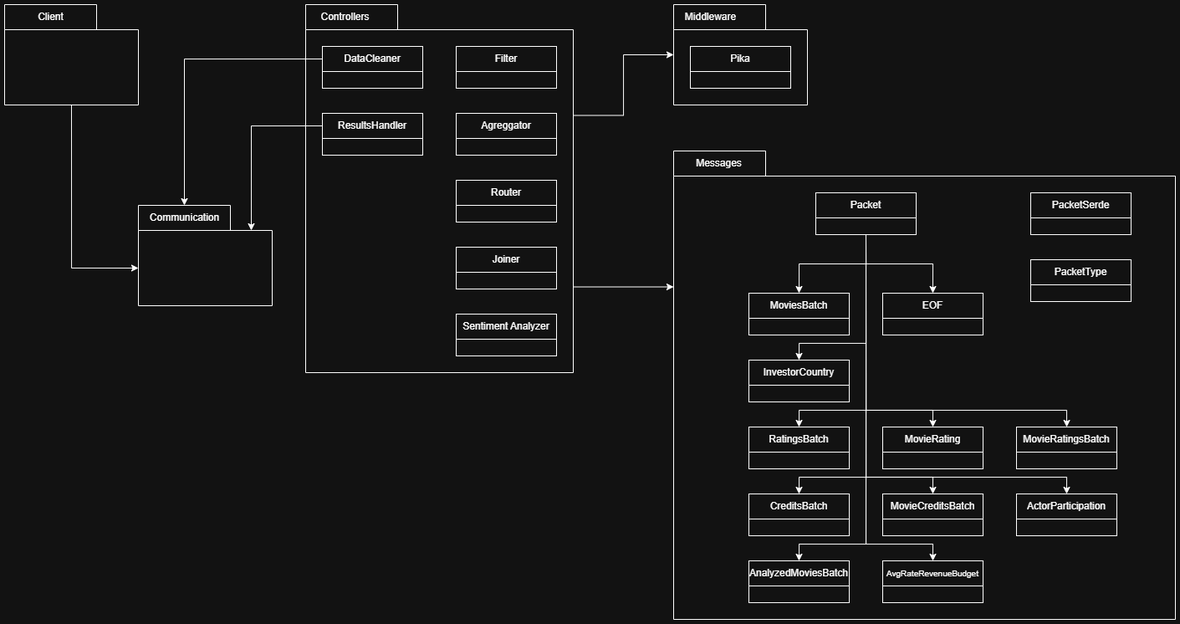
Earlier version of the draw.io export diagramas/paquetes/diagrama_paquetes.png (AlanBotoshansky/distribuidos-tp-grupo2). Source tidied: cells renumbered, new cells last; positions are measured from the earlier drawing's top-left corner, leaving out a move shared by most shapes.
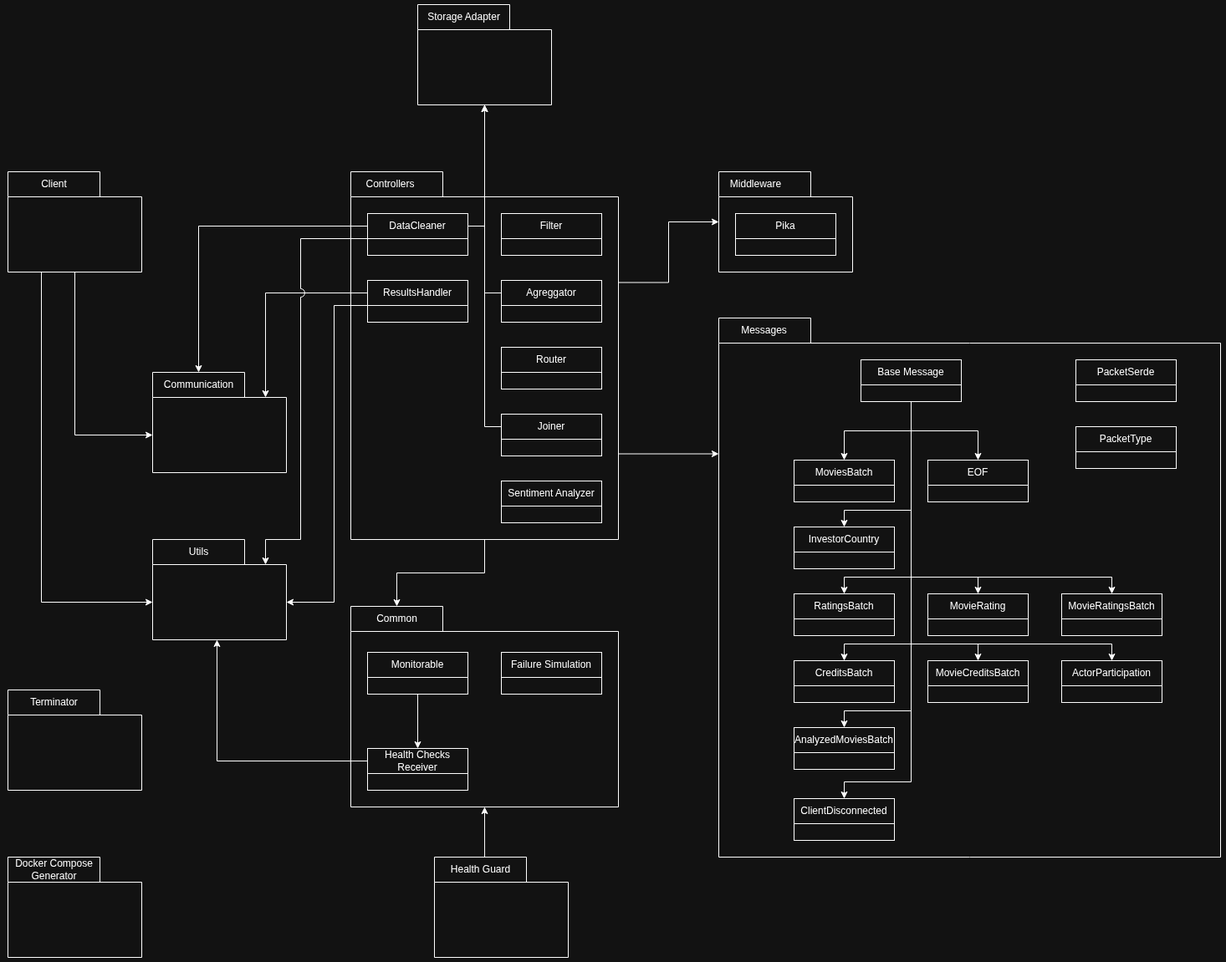
Above is the later version.

Commit message:
Update diagrama paquetes

The edit, as a diff of the source:
```diff
@@ -3,13 +3,13 @@
     <mxCell id="0" />
     <mxCell id="1" parent="0" />
     <mxCell id="2" style="group;" parent="1" vertex="1">
-      <mxGeometry x="800" y="175" width="600" height="560" as="geometry" />
+      <mxGeometry x="800" y="175" width="600" height="645" as="geometry" />
     </mxCell>
     <mxCell id="3" style="group;" parent="2" vertex="1">
-      <mxGeometry width="600" height="560" as="geometry" />
+      <mxGeometry width="600" height="645" as="geometry" />
     </mxCell>
     <mxCell id="4" style="shape=folder;fontStyle=1;spacingTop=10;tabWidth=110;tabHeight=30;tabPosition=left;html=1;whiteSpace=wrap;" parent="3" vertex="1">
-      <mxGeometry width="600" height="560" as="geometry" />
+      <mxGeometry width="600" height="645" as="geometry" />
     </mxCell>
     <mxCell id="5" value="Messages" style="text;html=1;align=center;verticalAlign=middle;strokeColor=none;fillColor=none;" parent="3" vertex="1">
       <mxGeometry x="13.8" width="80" height="30" as="geometry" />
@@ -32,18 +32,15 @@
     <mxCell id="11" value="PacketType" style="rounded=0;whiteSpace=wrap;html=1;" parent="9" vertex="1">
       <mxGeometry width="120" height="30" as="geometry" />
     </mxCell>
-    <mxCell id="12" style="group;" parent="2" vertex="1">
-      <mxGeometry x="100" y="373.3" width="400" height="133.3" as="geometry" />
-    </mxCell>
-    <mxCell id="13" style="group;" parent="2" vertex="1">
-      <mxGeometry x="250" y="490" width="120" height="50" as="geometry" />
-    </mxCell>
-    <mxCell id="14" style="rounded=0;whiteSpace=wrap;html=1;" parent="13" vertex="1">
-      <mxGeometry width="120" height="50" as="geometry" />
-    </mxCell>
-    <mxCell id="15" value="&lt;font style=&quot;font-size: 10px;&quot;&gt;AvgRateRevenueBudget&lt;/font&gt;" style="rounded=0;whiteSpace=wrap;html=1;" parent="13" vertex="1">
-      <mxGeometry width="120" height="30" as="geometry" />
-    </mxCell>
+    <mxCell id="108" style="group;" parent="3" vertex="1">
+      <mxGeometry x="90" y="575" width="120" height="50" as="geometry" />
+    </mxCell>
+    <mxCell id="109" style="rounded=0;whiteSpace=wrap;html=1;" parent="108" vertex="1">
+      <mxGeometry width="120" height="50" as="geometry" />
+    </mxCell>
+    <mxCell id="110" value="&lt;font&gt;ClientDisconnected&lt;/font&gt;" style="rounded=0;whiteSpace=wrap;html=1;" parent="108" vertex="1">
+      <mxGeometry width="120" height="30" as="geometry" />
+    </mxCell>
     <mxCell id="16" style="group;" parent="1" vertex="1">
       <mxGeometry x="890" y="345" width="120" height="50" as="geometry" />
     </mxCell>
@@ -77,7 +74,7 @@
     <mxCell id="26" style="rounded=0;whiteSpace=wrap;html=1;" parent="25" vertex="1">
       <mxGeometry width="120" height="50" as="geometry" />
     </mxCell>
-    <mxCell id="27" value="Packet" style="rounded=0;whiteSpace=wrap;html=1;" parent="25" vertex="1">
+    <mxCell id="27" value="Base Message" style="rounded=0;whiteSpace=wrap;html=1;" parent="25" vertex="1">
       <mxGeometry width="120" height="30" as="geometry" />
     </mxCell>
     <mxCell id="28" style="group;" parent="1" vertex="1">
@@ -318,7 +315,7 @@
     <mxCell id="93" style="edgeStyle=orthogonalEdgeStyle;shape=connector;rounded=0;hachureGap=4;jettySize=auto;html=1;entryX=0;entryY=0;entryDx=0;entryDy=162.5;entryPerimeter=0;strokeColor=default;align=center;verticalAlign=middle;fontFamily=Architects Daughter;fontSource=https%3A%2F%2Ffonts.googleapis.com%2Fcss%3Ffamily%3DArchitects%2BDaughter;fontSize=11;fontColor=default;labelBackgroundColor=default;endArrow=classic;exitX=0;exitY=0;exitDx=320;exitDy=337.5;exitPerimeter=0;" parent="1" edge="1" source="69" target="4">
       <mxGeometry relative="1" as="geometry" />
     </mxCell>
-    <mxCell id="94" style="edgeStyle=orthogonalEdgeStyle;rounded=0;hachureGap=4;jettySize=auto;html=1;exitX=0.5;exitY=1;exitDx=0;exitDy=0;entryX=0.5;entryY=0;entryDx=0;entryDy=0;fontFamily=Architects Daughter;fontSource=https%3A%2F%2Ffonts.googleapis.com%2Fcss%3Ffamily%3DArchitects%2BDaughter;" parent="1" edge="1" source="26" target="15">
+    <mxCell id="94" style="edgeStyle=orthogonalEdgeStyle;rounded=0;hachureGap=4;jettySize=auto;html=1;exitX=0.5;exitY=1;exitDx=0;exitDy=0;entryX=0.5;entryY=0;entryDx=0;entryDy=0;fontFamily=Architects Daughter;fontSource=https%3A%2F%2Ffonts.googleapis.com%2Fcss%3Ffamily%3DArchitects%2BDaughter;" parent="1" edge="1" source="26">
       <mxGeometry relative="1" as="geometry">
         <Array as="points">
           <mxPoint x="1030" y="645" />
@@ -327,7 +324,7 @@
       </mxGeometry>
     </mxCell>
     <mxCell id="95" style="group;" parent="1" vertex="1">
-      <mxGeometry x="160" y="240" width="160" height="120" as="geometry" />
+      <mxGeometry x="123" y="240" width="160" height="120" as="geometry" />
     </mxCell>
     <mxCell id="96" style="group;" parent="95" vertex="1">
       <mxGeometry width="160" height="120" as="geometry" />
@@ -342,7 +339,7 @@
       <mxGeometry width="110" height="30" as="geometry" />
     </mxCell>
     <mxCell id="100" style="group;" parent="1" vertex="1">
-      <mxGeometry width="160" height="120" as="geometry" />
+      <mxGeometry x="-50" width="160" height="120" as="geometry" />
     </mxCell>
     <mxCell id="101" style="group;" parent="100" vertex="1">
       <mxGeometry width="160" height="120" as="geometry" />
@@ -365,5 +362,175 @@
     <mxCell id="107" style="edgeStyle=orthogonalEdgeStyle;shape=connector;rounded=0;hachureGap=4;jettySize=auto;html=1;exitX=0;exitY=0.5;exitDx=0;exitDy=0;entryX=0;entryY=0;entryDx=135;entryDy=30;entryPerimeter=0;strokeColor=default;align=center;verticalAlign=middle;fontFamily=Architects Daughter;fontSource=https%3A%2F%2Ffonts.googleapis.com%2Fcss%3Ffamily%3DArchitects%2BDaughter;fontSize=11;fontColor=default;labelBackgroundColor=default;endArrow=classic;" parent="1" edge="1" source="91" target="98">
       <mxGeometry relative="1" as="geometry" />
     </mxCell>
+    <mxCell id="111" style="group;" parent="1" vertex="1">
+      <mxGeometry x="460" y="820" width="160" height="120" as="geometry" />
+    </mxCell>
+    <mxCell id="112" style="group;" parent="111" vertex="1">
+      <mxGeometry width="160" height="120" as="geometry" />
+    </mxCell>
+    <mxCell id="113" style="group;" parent="112" vertex="1">
+      <mxGeometry width="160" height="120" as="geometry" />
+    </mxCell>
+    <mxCell id="114" style="shape=folder;fontStyle=1;spacingTop=10;tabWidth=110;tabHeight=30;tabPosition=left;html=1;whiteSpace=wrap;" parent="113" vertex="1">
+      <mxGeometry width="160" height="120" as="geometry" />
+    </mxCell>
+    <mxCell id="115" value="Health Guard" style="text;html=1;align=center;verticalAlign=middle;points=[];strokeColor=none;fillColor=none;" parent="111" vertex="1">
+      <mxGeometry x="10" width="90" height="30" as="geometry" />
+    </mxCell>
+    <mxCell id="116" style="edgeStyle=orthogonalEdgeStyle;rounded=0;hachureGap=4;jettySize=auto;html=1;entryX=0.5;entryY=0;entryDx=0;entryDy=0;fontFamily=Architects Daughter;fontSource=https%3A%2F%2Ffonts.googleapis.com%2Fcss%3Ffamily%3DArchitects%2BDaughter;" parent="1" edge="1" source="26" target="110">
+      <mxGeometry relative="1" as="geometry">
+        <Array as="points">
+          <mxPoint x="1030" y="730" />
+          <mxPoint x="950" y="730" />
+        </Array>
+      </mxGeometry>
+    </mxCell>
+    <mxCell id="117" style="group;" parent="1" vertex="1">
+      <mxGeometry x="360" y="520" width="320" height="240" as="geometry" />
+    </mxCell>
+    <mxCell id="118" style="group;" parent="117" vertex="1">
+      <mxGeometry width="320" height="240" as="geometry" />
+    </mxCell>
+    <mxCell id="119" style="group;" parent="118" vertex="1">
+      <mxGeometry width="320" height="240" as="geometry" />
+    </mxCell>
+    <mxCell id="120" style="shape=folder;fontStyle=1;spacingTop=10;tabWidth=110;tabHeight=30;tabPosition=left;html=1;whiteSpace=wrap;" parent="119" vertex="1">
+      <mxGeometry width="320" height="240" as="geometry" />
+    </mxCell>
+    <mxCell id="121" value="Common" style="text;html=1;align=center;verticalAlign=middle;strokeColor=none;fillColor=none;" parent="119" vertex="1">
+      <mxGeometry x="20" width="70" height="30" as="geometry" />
+    </mxCell>
+    <mxCell id="122" style="group;" parent="119" vertex="1">
+      <mxGeometry x="20" y="55" width="120" height="50" as="geometry" />
+    </mxCell>
+    <mxCell id="123" style="rounded=0;whiteSpace=wrap;html=1;" parent="122" vertex="1">
+      <mxGeometry width="120" height="50" as="geometry" />
+    </mxCell>
+    <mxCell id="124" value="Monitorable" style="rounded=0;whiteSpace=wrap;html=1;" parent="122" vertex="1">
+      <mxGeometry width="120" height="30" as="geometry" />
+    </mxCell>
+    <mxCell id="125" style="group;" parent="119" vertex="1">
+      <mxGeometry x="20" y="170" width="120" height="50" as="geometry" />
+    </mxCell>
+    <mxCell id="126" style="rounded=0;whiteSpace=wrap;html=1;" parent="125" vertex="1">
+      <mxGeometry width="120" height="50" as="geometry" />
+    </mxCell>
+    <mxCell id="127" value="Health Checks Receiver" style="rounded=0;whiteSpace=wrap;html=1;" parent="125" vertex="1">
+      <mxGeometry width="120" height="30" as="geometry" />
+    </mxCell>
+    <mxCell id="128" style="edgeStyle=orthogonalEdgeStyle;shape=connector;rounded=0;hachureGap=4;jettySize=auto;html=1;entryX=0.5;entryY=0;entryDx=0;entryDy=0;strokeColor=default;align=center;verticalAlign=middle;fontFamily=Architects Daughter;fontSource=https%3A%2F%2Ffonts.googleapis.com%2Fcss%3Ffamily%3DArchitects%2BDaughter;fontSize=11;fontColor=default;labelBackgroundColor=default;endArrow=classic;" parent="119" edge="1" source="123" target="127">
+      <mxGeometry relative="1" as="geometry" />
+    </mxCell>
+    <mxCell id="129" style="group;" parent="119" vertex="1">
+      <mxGeometry x="180" y="55" width="120" height="50" as="geometry" />
+    </mxCell>
+    <mxCell id="130" style="rounded=0;whiteSpace=wrap;html=1;" parent="129" vertex="1">
+      <mxGeometry width="120" height="50" as="geometry" />
+    </mxCell>
+    <mxCell id="131" value="Failure Simulation" style="rounded=0;whiteSpace=wrap;html=1;" parent="129" vertex="1">
+      <mxGeometry width="120" height="30" as="geometry" />
+    </mxCell>
+    <mxCell id="132" style="edgeStyle=orthogonalEdgeStyle;rounded=0;jettySize=auto;html=1;exitX=0.5;exitY=1;exitDx=0;exitDy=0;exitPerimeter=0;entryX=0;entryY=0;entryDx=55;entryDy=0;entryPerimeter=0;" parent="1" edge="1" source="69" target="120">
+      <mxGeometry relative="1" as="geometry" />
+    </mxCell>
+    <mxCell id="133" style="edgeStyle=orthogonalEdgeStyle;rounded=0;jettySize=auto;html=1;entryX=0.5;entryY=1;entryDx=0;entryDy=0;entryPerimeter=0;exitX=0.556;exitY=-0.006;exitDx=0;exitDy=0;exitPerimeter=0;" parent="1" edge="1" source="115" target="120">
+      <mxGeometry relative="1" as="geometry" />
+    </mxCell>
+    <mxCell id="134" style="edgeStyle=orthogonalEdgeStyle;rounded=0;jettySize=auto;html=1;exitX=0;exitY=0.5;exitDx=0;exitDy=0;entryX=0.481;entryY=1;entryDx=0;entryDy=0;entryPerimeter=0;" parent="1" edge="1" source="127" target="156">
+      <mxGeometry relative="1" as="geometry">
+        <Array as="points">
+          <mxPoint x="200" y="705" />
+        </Array>
+      </mxGeometry>
+    </mxCell>
+    <mxCell id="135" style="group;" parent="1" vertex="1">
+      <mxGeometry x="440" y="-200" width="160" height="120" as="geometry" />
+    </mxCell>
+    <mxCell id="136" style="group;" parent="135" vertex="1">
+      <mxGeometry width="160" height="120" as="geometry" />
+    </mxCell>
+    <mxCell id="137" style="group;" parent="136" vertex="1">
+      <mxGeometry width="160" height="120" as="geometry" />
+    </mxCell>
+    <mxCell id="138" style="shape=folder;fontStyle=1;spacingTop=10;tabWidth=110;tabHeight=30;tabPosition=left;html=1;whiteSpace=wrap;" parent="137" vertex="1">
+      <mxGeometry width="160" height="120" as="geometry" />
+    </mxCell>
+    <mxCell id="139" value="Storage Adapter" style="text;html=1;align=center;verticalAlign=middle;strokeColor=none;fillColor=none;" parent="135" vertex="1">
+      <mxGeometry width="110" height="30" as="geometry" />
+    </mxCell>
+    <mxCell id="140" style="edgeStyle=orthogonalEdgeStyle;rounded=0;jettySize=auto;html=1;exitX=1;exitY=0.5;exitDx=0;exitDy=0;entryX=0.5;entryY=1;entryDx=0;entryDy=0;entryPerimeter=0;" parent="1" edge="1" source="88" target="138">
+      <mxGeometry relative="1" as="geometry" />
+    </mxCell>
+    <mxCell id="141" style="edgeStyle=orthogonalEdgeStyle;rounded=0;jettySize=auto;html=1;exitX=0;exitY=0.5;exitDx=0;exitDy=0;entryX=0.5;entryY=1;entryDx=0;entryDy=0;entryPerimeter=0;" parent="1" edge="1" source="76" target="138">
+      <mxGeometry relative="1" as="geometry" />
+    </mxCell>
+    <mxCell id="142" style="edgeStyle=orthogonalEdgeStyle;rounded=0;jettySize=auto;html=1;exitX=0;exitY=0.5;exitDx=0;exitDy=0;entryX=0.5;entryY=1;entryDx=0;entryDy=0;entryPerimeter=0;" parent="1" edge="1" source="82" target="138">
+      <mxGeometry relative="1" as="geometry" />
+    </mxCell>
+    <mxCell id="143" style="group;" parent="1" vertex="1">
+      <mxGeometry x="-50" y="620" width="160" height="120" as="geometry" />
+    </mxCell>
+    <mxCell id="144" style="group;" parent="143" vertex="1">
+      <mxGeometry width="160" height="120" as="geometry" />
+    </mxCell>
+    <mxCell id="145" style="group;" parent="144" vertex="1">
+      <mxGeometry width="160" height="120" as="geometry" />
+    </mxCell>
+    <mxCell id="146" style="shape=folder;fontStyle=1;spacingTop=10;tabWidth=110;tabHeight=30;tabPosition=left;html=1;whiteSpace=wrap;" parent="145" vertex="1">
+      <mxGeometry width="160" height="120" as="geometry" />
+    </mxCell>
+    <mxCell id="147" value="Terminator" style="text;html=1;align=center;verticalAlign=middle;strokeColor=none;fillColor=none;" parent="143" vertex="1">
+      <mxGeometry x="15" width="80" height="30" as="geometry" />
+    </mxCell>
+    <mxCell id="148" style="group;" parent="1" vertex="1">
+      <mxGeometry x="-50" y="820" width="160" height="120" as="geometry" />
+    </mxCell>
+    <mxCell id="149" style="group;" parent="148" vertex="1">
+      <mxGeometry width="160" height="120" as="geometry" />
+    </mxCell>
+    <mxCell id="150" style="group;" parent="149" vertex="1">
+      <mxGeometry width="160" height="120" as="geometry" />
+    </mxCell>
+    <mxCell id="151" style="shape=folder;fontStyle=1;spacingTop=10;tabWidth=110;tabHeight=30;tabPosition=left;html=1;whiteSpace=wrap;" parent="150" vertex="1">
+      <mxGeometry width="160" height="120" as="geometry" />
+    </mxCell>
+    <mxCell id="152" value="Docker Compose&lt;br&gt;Generator" style="text;html=1;align=center;verticalAlign=middle;strokeColor=none;fillColor=none;" parent="148" vertex="1">
+      <mxGeometry x="-5" y="-5" width="120" height="40" as="geometry" />
+    </mxCell>
+    <mxCell id="153" style="group;" parent="1" vertex="1">
+      <mxGeometry x="123" y="440" width="160" height="120" as="geometry" />
+    </mxCell>
+    <mxCell id="154" style="group;" parent="153" vertex="1">
+      <mxGeometry width="160" height="120" as="geometry" />
+    </mxCell>
+    <mxCell id="155" style="group;" parent="154" vertex="1">
+      <mxGeometry width="160" height="120" as="geometry" />
+    </mxCell>
+    <mxCell id="156" style="shape=folder;fontStyle=1;spacingTop=10;tabWidth=110;tabHeight=30;tabPosition=left;html=1;whiteSpace=wrap;" parent="155" vertex="1">
+      <mxGeometry width="160" height="120" as="geometry" />
+    </mxCell>
+    <mxCell id="157" value="Utils" style="text;html=1;align=center;verticalAlign=middle;strokeColor=none;fillColor=none;" parent="153" vertex="1">
+      <mxGeometry x="30" width="50" height="30" as="geometry" />
+    </mxCell>
+    <mxCell id="158" style="edgeStyle=orthogonalEdgeStyle;rounded=0;hachureGap=4;jettySize=auto;html=1;exitX=0.25;exitY=1;exitDx=0;exitDy=0;exitPerimeter=0;entryX=0;entryY=0;entryDx=0;entryDy=75;entryPerimeter=0;fontFamily=Architects Daughter;fontSource=https%3A%2F%2Ffonts.googleapis.com%2Fcss%3Ffamily%3DArchitects%2BDaughter;" parent="1" edge="1" source="103" target="156">
+      <mxGeometry relative="1" as="geometry" />
+    </mxCell>
+    <mxCell id="159" style="edgeStyle=orthogonalEdgeStyle;shape=connector;rounded=0;hachureGap=4;jettySize=auto;html=1;entryX=0;entryY=0;entryDx=135;entryDy=30;entryPerimeter=0;strokeColor=default;align=center;verticalAlign=middle;fontFamily=Architects Daughter;fontSource=https%3A%2F%2Ffonts.googleapis.com%2Fcss%3Ffamily%3DArchitects%2BDaughter;fontSize=11;fontColor=default;labelBackgroundColor=default;endArrow=classic;jumpStyle=arc;jumpSize=10;exitX=0;exitY=1;exitDx=0;exitDy=0;" parent="1" edge="1" source="88" target="156">
+      <mxGeometry relative="1" as="geometry">
+        <Array as="points">
+          <mxPoint x="300" y="80" />
+          <mxPoint x="300" y="440" />
+          <mxPoint x="258" y="440" />
+        </Array>
+      </mxGeometry>
+    </mxCell>
+    <mxCell id="160" style="edgeStyle=orthogonalEdgeStyle;shape=connector;rounded=0;hachureGap=4;jettySize=auto;html=1;exitX=0;exitY=1;exitDx=0;exitDy=0;strokeColor=default;align=center;verticalAlign=middle;fontFamily=Architects Daughter;fontSource=https%3A%2F%2Ffonts.googleapis.com%2Fcss%3Ffamily%3DArchitects%2BDaughter;fontSize=11;fontColor=default;labelBackgroundColor=default;endArrow=classic;entryX=0;entryY=0;entryDx=160;entryDy=75;entryPerimeter=0;" parent="1" edge="1" source="91" target="156">
+      <mxGeometry relative="1" as="geometry">
+        <Array as="points">
+          <mxPoint x="340" y="160" />
+          <mxPoint x="340" y="515" />
+        </Array>
+      </mxGeometry>
+    </mxCell>
   </root>
 </mxGraphModel>
```
